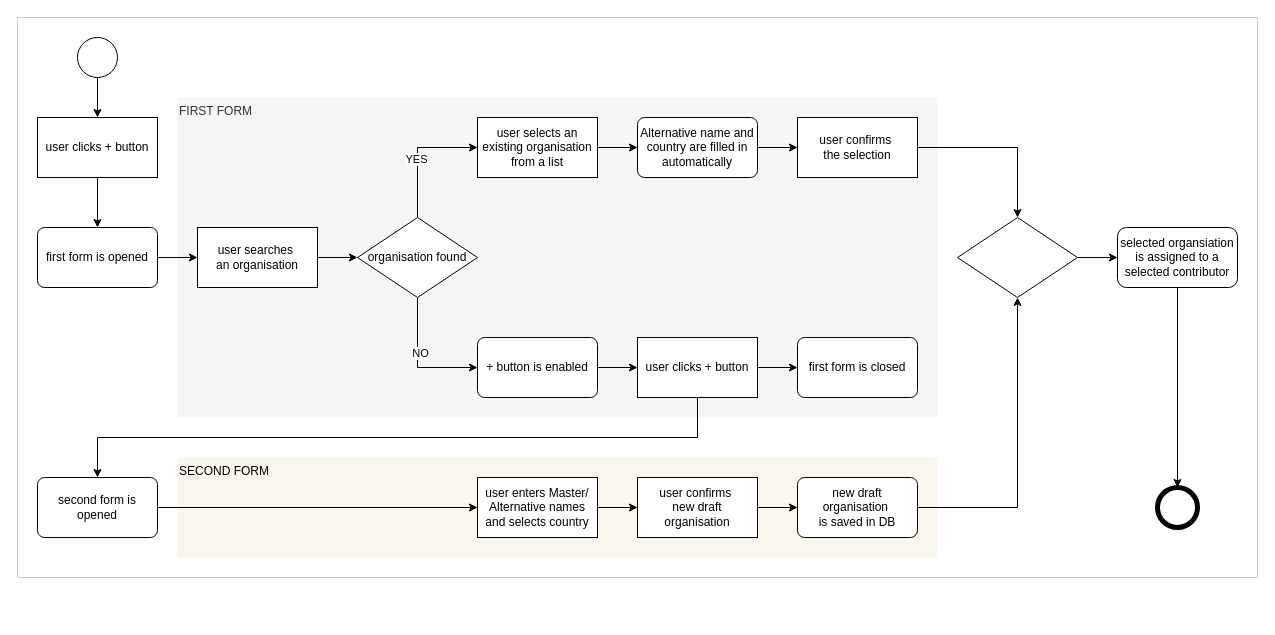
The draw.io diagram page "Page-diagrams" (2 of 29) of test_corporate_contributors_ver_4.drawio in RyszardBudzinski/PUBSY_mockups, before the edit. Source tidied: cells renumbered, new cells numbered last; positions are measured from the earlier drawing's top-left corner, leaving out a move shared by most shapes. Both pictures are drawn from the tidied source at 100%, with x=0, y=0 at pixel (17, 17).
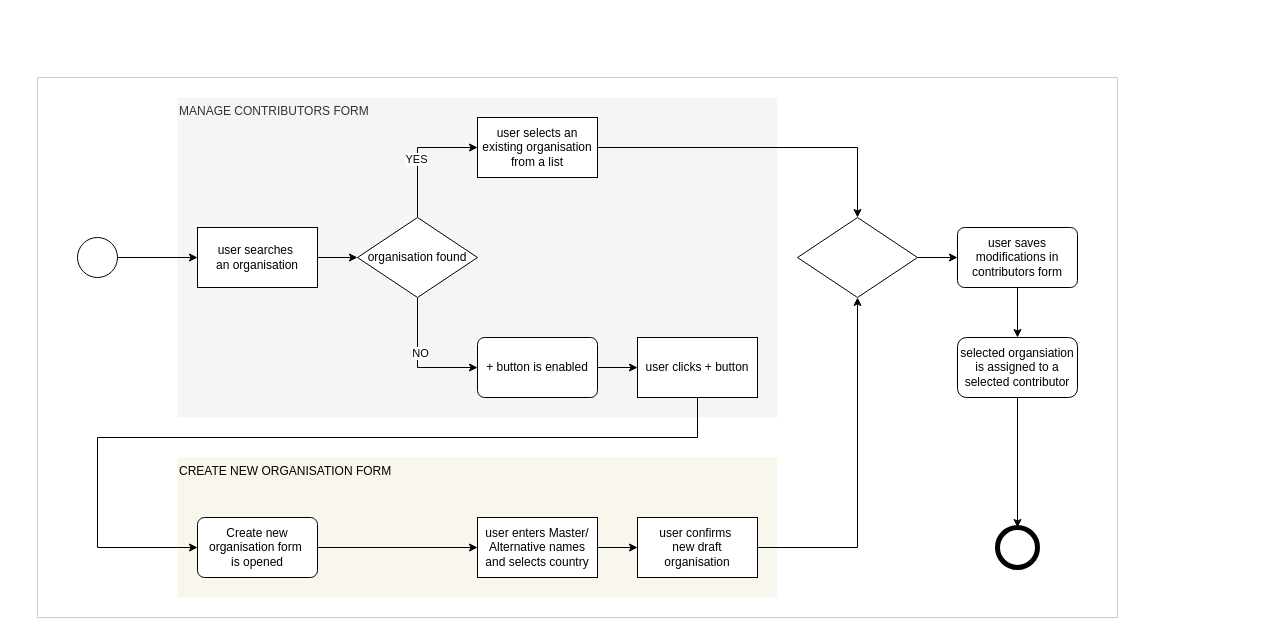
The same diagram, later.

The change refers to these unchanged cells:
```xml
<mxCell id="9" value="user searches&amp;nbsp;&lt;div&gt;an organisation&lt;/div&gt;" style="whiteSpace=wrap;html=1;verticalAlign=middle;" parent="1" vertex="1">
  <mxGeometry x="180" y="210" width="120" height="60" as="geometry" />
</mxCell>
<mxCell id="16" value="user selects an existing organisation from a list" style="whiteSpace=wrap;html=1;" parent="1" vertex="1">
  <mxGeometry x="460" y="100" width="120" height="60" as="geometry" />
</mxCell>
<mxCell id="27" value="user clicks + button" style="whiteSpace=wrap;html=1;" parent="1" vertex="1">
  <mxGeometry x="620" y="320" width="120" height="60" as="geometry" />
</mxCell>
```

What changed in the source:
```diff
@@
     <mxCell id="2" style="verticalLabelPosition=bottom;verticalAlign=top;html=1;shape=mxgraph.basic.rect;fillColor2=none;strokeWidth=1;size=20;indent=5;top=1;right=1;bottom=1;left=1;fillColor=none;strokeColor=#CCCCCC;rectStyle=square;absoluteCornerSize=0;" parent="1" vertex="1">
-      <mxGeometry width="1240" height="560" as="geometry" />
+      <mxGeometry x="20" y="60" width="1080" height="540" as="geometry" />
     </mxCell>
-    <mxCell id="3" value="SECOND FORM" style="whiteSpace=wrap;html=1;verticalAlign=top;align=left;fillColor=#f9f7ed;strokeColor=none;" parent="1" vertex="1">
-      <mxGeometry x="160" y="440" width="760" height="100" as="geometry" />
+    <mxCell id="3" value="CREATE NEW ORGANISATION FORM" style="whiteSpace=wrap;html=1;verticalAlign=top;align=left;fillColor=#f9f7ed;strokeColor=none;" parent="1" vertex="1">
+      <mxGeometry x="160" y="440" width="600" height="140" as="geometry" />
     </mxCell>
-    <mxCell id="4" value="FIRST FORM" style="whiteSpace=wrap;html=1;verticalAlign=top;align=left;fontColor=#333333;fillColor=#f5f5f5;strokeColor=none;" parent="1" vertex="1">
-      <mxGeometry x="160" y="80" width="760" height="320" as="geometry" />
+    <mxCell id="4" value="MANAGE CONTRIBUTORS FORM" style="whiteSpace=wrap;html=1;verticalAlign=top;align=left;fontColor=#333333;fillColor=#f5f5f5;strokeColor=none;" parent="1" vertex="1">
+      <mxGeometry x="160" y="80" width="600" height="320" as="geometry" />
     </mxCell>
     <mxCell id="5" style="shape=ellipse;html=1;dashed=0;whiteSpace=wrap;strokeWidth=5;perimeter=ellipsePerimeter;" parent="1" vertex="1">
-      <mxGeometry x="1140" y="470" width="40" height="40" as="geometry" />
+      <mxGeometry x="980" y="510" width="40" height="40" as="geometry" />
     </mxCell>
-    <mxCell id="6" style="edgeStyle=orthogonalEdgeStyle;rounded=0;jettySize=auto;html=1;" parent="1" edge="1" source="7" target="22">
-      <mxGeometry relative="1" as="geometry" />
-    </mxCell>
     <mxCell id="7" style="verticalLabelPosition=bottom;verticalAlign=top;html=1;shape=mxgraph.flowchart.on-page_reference;" parent="1" vertex="1">
-      <mxGeometry x="60" y="20" width="40" height="40" as="geometry" />
+      <mxGeometry x="60" y="220" width="40" height="40" as="geometry" />
     </mxCell>
@@
-    <mxCell id="15" style="edgeStyle=orthogonalEdgeStyle;rounded=0;jettySize=auto;html=1;exitX=1;exitY=0.5;exitDx=0;exitDy=0;entryX=0;entryY=0.5;entryDx=0;entryDy=0;" parent="1" edge="1" source="16" target="33">
+    <mxCell id="15" style="edgeStyle=orthogonalEdgeStyle;rounded=0;jettySize=auto;html=1;exitX=1;exitY=0.5;exitDx=0;exitDy=0;entryX=0.5;entryY=0;entryDx=0;entryDy=0;" parent="1" edge="1" source="16" target="39">
       <mxGeometry relative="1" as="geometry" />
     </mxCell>
@@
-    <mxCell id="17" style="edgeStyle=orthogonalEdgeStyle;rounded=0;jettySize=auto;html=1;exitX=1;exitY=0.5;exitDx=0;exitDy=0;entryX=0.5;entryY=0;entryDx=0;entryDy=0;" parent="1" edge="1" source="18" target="39">
-      <mxGeometry relative="1" as="geometry" />
-    </mxCell>
-    <mxCell id="18" value="user confirms&amp;nbsp;&lt;div&gt;the selection&lt;/div&gt;" style="whiteSpace=wrap;html=1;" parent="1" vertex="1">
-      <mxGeometry x="780" y="100" width="120" height="60" as="geometry" />
-    </mxCell>
@@
     <mxCell id="20" value="selected organsiation is assigned to a selected contributor" style="whiteSpace=wrap;html=1;rounded=1;" parent="1" vertex="1">
-      <mxGeometry x="1100" y="210" width="120" height="60" as="geometry" />
+      <mxGeometry x="940" y="320" width="120" height="60" as="geometry" />
     </mxCell>
-    <mxCell id="21" style="edgeStyle=orthogonalEdgeStyle;rounded=0;jettySize=auto;html=1;exitX=0.5;exitY=1;exitDx=0;exitDy=0;entryX=0.5;entryY=0;entryDx=0;entryDy=0;" parent="1" edge="1" source="22" target="31">
-      <mxGeometry relative="1" as="geometry" />
-    </mxCell>
-    <mxCell id="22" value="user clicks&amp;nbsp;&lt;span style=&quot;background-color: transparent; color: light-dark(rgb(0, 0, 0), rgb(255, 255, 255));&quot;&gt;+ button&lt;/span&gt;" style="whiteSpace=wrap;html=1;verticalAlign=middle;" parent="1" vertex="1">
-      <mxGeometry x="20" y="100" width="120" height="60" as="geometry" />
-    </mxCell>
@@
-    <mxCell id="25" style="edgeStyle=orthogonalEdgeStyle;rounded=0;jettySize=auto;html=1;exitX=0.5;exitY=1;exitDx=0;exitDy=0;entryX=0.5;entryY=0;entryDx=0;entryDy=0;" parent="1" edge="1" source="27" target="29">
-      <mxGeometry relative="1" as="geometry" />
+    <mxCell id="25" style="edgeStyle=orthogonalEdgeStyle;rounded=0;jettySize=auto;html=1;exitX=0.5;exitY=1;exitDx=0;exitDy=0;entryX=0;entryY=0.5;entryDx=0;entryDy=0;" parent="1" edge="1" source="27" target="29">
+      <mxGeometry relative="1" as="geometry">
+        <Array as="points">
+          <mxPoint x="680" y="420" />
+          <mxPoint x="80" y="420" />
+          <mxPoint x="80" y="530" />
+        </Array>
+      </mxGeometry>
     </mxCell>
-    <mxCell id="26" style="edgeStyle=orthogonalEdgeStyle;rounded=0;jettySize=auto;html=1;exitX=1;exitY=0.5;exitDx=0;exitDy=0;entryX=0;entryY=0.5;entryDx=0;entryDy=0;" parent="1" edge="1" source="27" target="40">
-      <mxGeometry relative="1" as="geometry" />
-    </mxCell>
@@
-    <mxCell id="29" value="second form is opened" style="rounded=1;whiteSpace=wrap;html=1;absoluteArcSize=1;arcSize=14;strokeWidth=1;" parent="1" vertex="1">
-      <mxGeometry x="20" y="460" width="120" height="60" as="geometry" />
+    <mxCell id="29" value="Create new organisation form&amp;nbsp;&lt;div&gt;is opened&lt;/div&gt;" style="rounded=1;whiteSpace=wrap;html=1;absoluteArcSize=1;arcSize=14;strokeWidth=1;" parent="1" vertex="1">
+      <mxGeometry x="180" y="500" width="120" height="60" as="geometry" />
     </mxCell>
-    <mxCell id="30" style="edgeStyle=orthogonalEdgeStyle;rounded=0;jettySize=auto;html=1;exitX=1;exitY=0.5;exitDx=0;exitDy=0;entryX=0;entryY=0.5;entryDx=0;entryDy=0;" parent="1" edge="1" source="31" target="9">
+    <mxCell id="30" style="edgeStyle=orthogonalEdgeStyle;rounded=0;jettySize=auto;html=1;exitX=1;exitY=0.5;exitDx=0;exitDy=0;entryX=0;entryY=0.5;entryDx=0;entryDy=0;exitPerimeter=0;" parent="1" edge="1" source="7" target="9">
       <mxGeometry relative="1" as="geometry" />
     </mxCell>
-    <mxCell id="31" value="first form is opened" style="rounded=1;whiteSpace=wrap;html=1;absoluteArcSize=1;arcSize=14;strokeWidth=1;" parent="1" vertex="1">
-      <mxGeometry x="20" y="210" width="120" height="60" as="geometry" />
-    </mxCell>
-    <mxCell id="32" style="edgeStyle=orthogonalEdgeStyle;rounded=0;jettySize=auto;html=1;exitX=1;exitY=0.5;exitDx=0;exitDy=0;entryX=0;entryY=0.5;entryDx=0;entryDy=0;" parent="1" edge="1" source="33" target="18">
-      <mxGeometry relative="1" as="geometry" />
-    </mxCell>
+    <mxCell id="43" style="edgeStyle=orthogonalEdgeStyle;rounded=0;jettySize=auto;html=1;exitX=0.5;exitY=1;exitDx=0;exitDy=0;entryX=0.5;entryY=0;entryDx=0;entryDy=0;" parent="1" edge="1" source="33" target="20">
+      <mxGeometry relative="1" as="geometry" />
+    </mxCell>
-    <mxCell id="33" value="Alternative name and country are filled in automatically" style="rounded=1;whiteSpace=wrap;html=1;absoluteArcSize=1;arcSize=14;strokeWidth=1;" parent="1" vertex="1">
-      <mxGeometry x="620" y="100" width="120" height="60" as="geometry" />
+    <mxCell id="33" value="user saves modifications in contributors form" style="rounded=1;whiteSpace=wrap;html=1;absoluteArcSize=1;arcSize=14;strokeWidth=1;" parent="1" vertex="1">
+      <mxGeometry x="940" y="210" width="120" height="60" as="geometry" />
     </mxCell>
@@
     <mxCell id="35" value="user enters Master/ Alternative names and selects country" style="whiteSpace=wrap;html=1;" parent="1" vertex="1">
-      <mxGeometry x="460" y="460" width="120" height="60" as="geometry" />
+      <mxGeometry x="460" y="500" width="120" height="60" as="geometry" />
     </mxCell>
-    <mxCell id="36" style="edgeStyle=orthogonalEdgeStyle;rounded=0;jettySize=auto;html=1;exitX=1;exitY=0.5;exitDx=0;exitDy=0;entryX=0;entryY=0.5;entryDx=0;entryDy=0;" parent="1" edge="1" source="37" target="42">
-      <mxGeometry relative="1" as="geometry" />
-    </mxCell>
     <mxCell id="37" value="user confirms&amp;nbsp;&lt;div&gt;new draft organisation&lt;/div&gt;" style="whiteSpace=wrap;html=1;" parent="1" vertex="1">
-      <mxGeometry x="620" y="460" width="120" height="60" as="geometry" />
+      <mxGeometry x="620" y="500" width="120" height="60" as="geometry" />
     </mxCell>
-    <mxCell id="38" style="edgeStyle=orthogonalEdgeStyle;rounded=0;jettySize=auto;html=1;exitX=1;exitY=0.5;exitDx=0;exitDy=0;entryX=0;entryY=0.5;entryDx=0;entryDy=0;" parent="1" edge="1" source="39" target="20">
+    <mxCell id="38" style="edgeStyle=orthogonalEdgeStyle;rounded=0;jettySize=auto;html=1;exitX=1;exitY=0.5;exitDx=0;exitDy=0;entryX=0;entryY=0.5;entryDx=0;entryDy=0;" parent="1" edge="1" source="39" target="33">
       <mxGeometry relative="1" as="geometry" />
     </mxCell>
     <mxCell id="39" style="rhombus;whiteSpace=wrap;html=1;verticalAlign=middle;spacingLeft=0;" parent="1" vertex="1">
-      <mxGeometry x="940" y="200" width="120" height="80" as="geometry" />
+      <mxGeometry x="780" y="200" width="120" height="80" as="geometry" />
     </mxCell>
-    <mxCell id="40" value="first form is closed" style="rounded=1;whiteSpace=wrap;html=1;absoluteArcSize=1;arcSize=14;strokeWidth=1;" parent="1" vertex="1">
-      <mxGeometry x="780" y="320" width="120" height="60" as="geometry" />
-    </mxCell>
-    <mxCell id="41" style="edgeStyle=orthogonalEdgeStyle;rounded=0;jettySize=auto;html=1;exitX=1;exitY=0.5;exitDx=0;exitDy=0;entryX=0.5;entryY=1;entryDx=0;entryDy=0;" parent="1" edge="1" source="42" target="39">
+    <mxCell id="41" style="edgeStyle=orthogonalEdgeStyle;rounded=0;jettySize=auto;html=1;exitX=1;exitY=0.5;exitDx=0;exitDy=0;entryX=0.5;entryY=1;entryDx=0;entryDy=0;" parent="1" edge="1" source="37" target="39">
       <mxGeometry relative="1" as="geometry" />
     </mxCell>
-    <mxCell id="42" value="new draft organisation&amp;nbsp;&lt;div&gt;is saved in DB&lt;/div&gt;" style="rounded=1;whiteSpace=wrap;html=1;absoluteArcSize=1;arcSize=14;strokeWidth=1;" parent="1" vertex="1">
-      <mxGeometry x="780" y="460" width="120" height="60" as="geometry" />
-    </mxCell>
```
